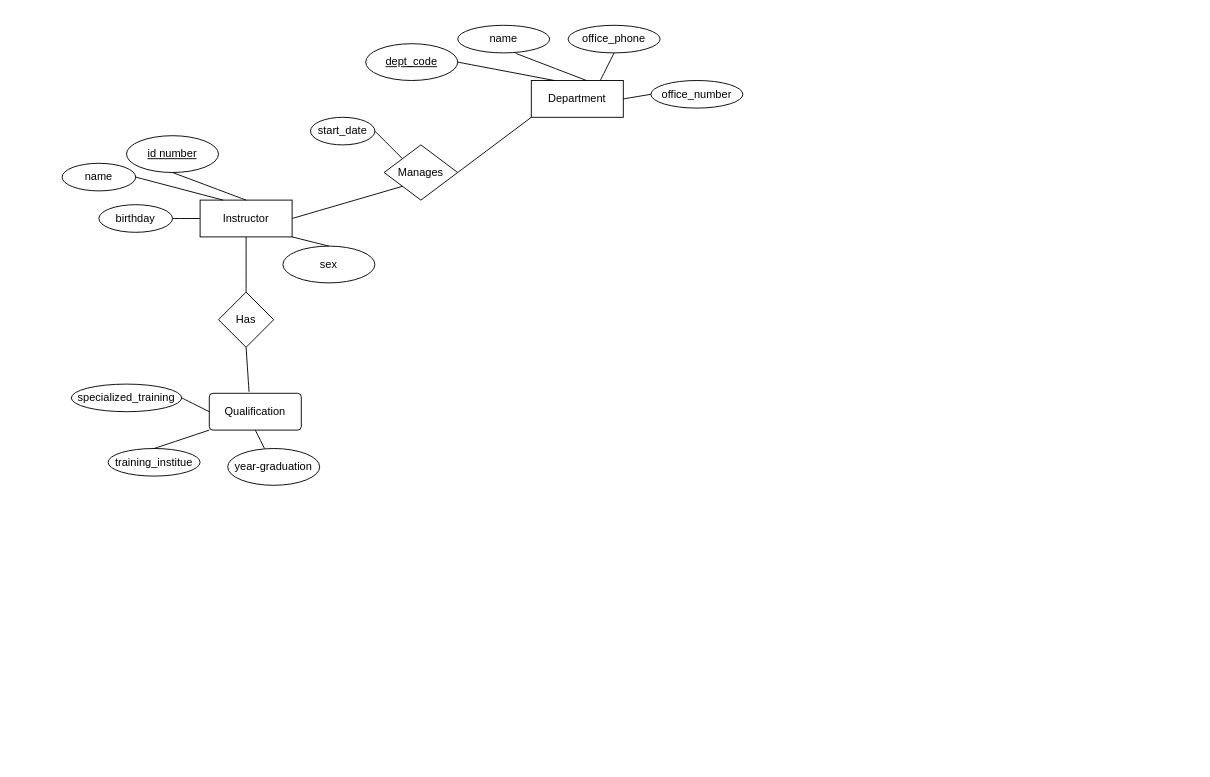
The draw.io diagram LAB3.drawio in votranngochuu/Database_Summer_2025, before the edit. Source tidied: cells renumbered, new cells numbered last; positions are measured from the earlier drawing's top-left corner, leaving out a move shared by most shapes. Both pictures are drawn from the tidied source at 92%, with x=0, y=0 at pixel (62, 25).
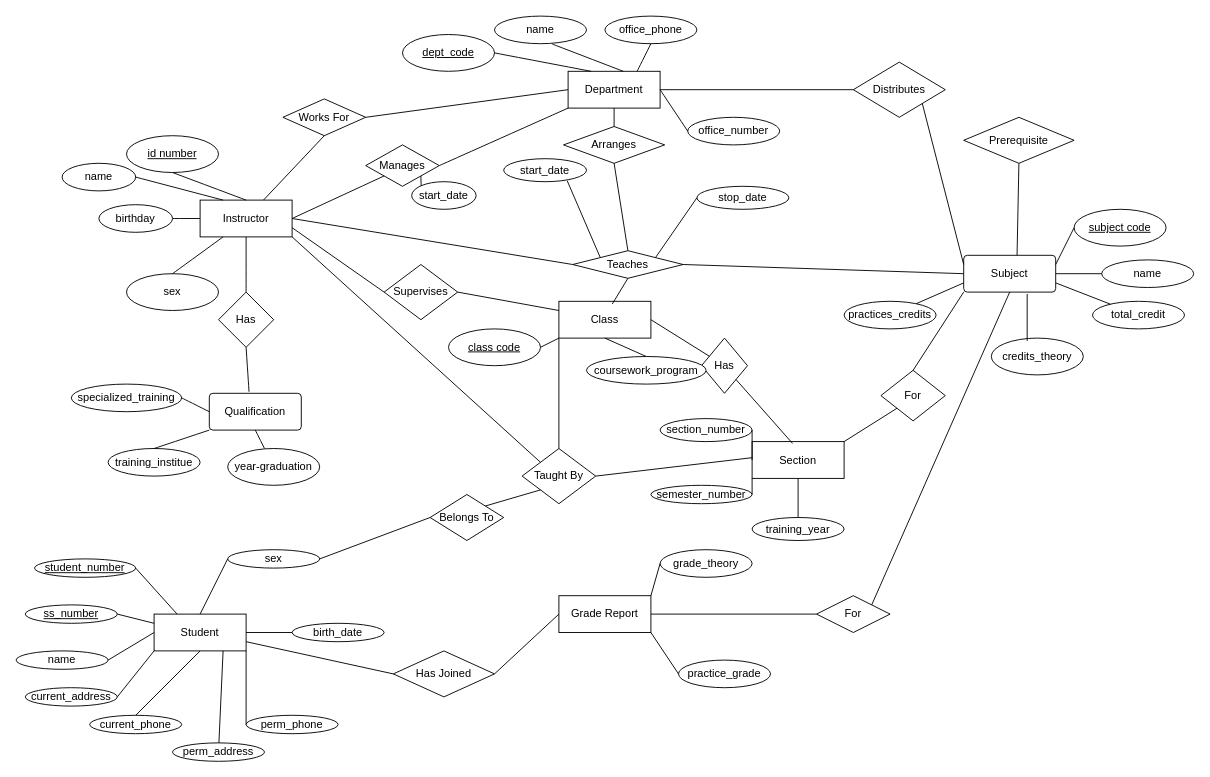
Above is the later version.

Unchanged cells that the change refers to:
```xml
<mxCell id="15" value="Instructor" style="whiteSpace=wrap;html=1;align=center;" parent="1" vertex="1">
  <mxGeometry x="150" y="190" width="100" height="40" as="geometry" />
</mxCell>
```

What changed in the source:
```diff
@@
     <mxCell id="2" value="Department" style="whiteSpace=wrap;html=1;align=center;" parent="1" vertex="1">
-      <mxGeometry x="510" y="60" width="100" height="40" as="geometry" />
+      <mxGeometry x="550" y="50" width="100" height="40" as="geometry" />
     </mxCell>
     <mxCell id="3" value="name" style="ellipse;whiteSpace=wrap;html=1;align=center;" parent="1" vertex="1">
-      <mxGeometry x="430" width="100" height="30" as="geometry" />
+      <mxGeometry x="470" y="-10" width="100" height="30" as="geometry" />
     </mxCell>
     <mxCell id="4" value="office_number" style="ellipse;whiteSpace=wrap;html=1;align=center;" parent="1" vertex="1">
-      <mxGeometry x="640" y="60" width="100" height="30" as="geometry" />
+      <mxGeometry x="680" y="100" width="100" height="30" as="geometry" />
     </mxCell>
     <mxCell id="5" value="office_phone" style="ellipse;whiteSpace=wrap;html=1;align=center;" parent="1" vertex="1">
-      <mxGeometry x="550" width="100" height="30" as="geometry" />
+      <mxGeometry x="590" y="-10" width="100" height="30" as="geometry" />
     </mxCell>
     <mxCell id="6" value="dept_code" style="ellipse;whiteSpace=wrap;html=1;align=center;fontStyle=4;" parent="1" vertex="1">
-      <mxGeometry x="330" y="20" width="100" height="40" as="geometry" />
+      <mxGeometry x="370" y="10" width="100" height="40" as="geometry" />
     </mxCell>
@@
     <mxCell id="8" style="endArrow=none;html=1;rounded=0;fontSize=12;startSize=8;endSize=8;curved=1;exitX=0.628;exitY=1.013;exitDx=0;exitDy=0;exitPerimeter=0;" parent="1" edge="1" source="3">
       <mxGeometry relative="1" as="geometry">
-        <mxPoint x="570" y="60" as="targetPoint" />
+        <mxPoint x="610" y="50" as="targetPoint" />
       </mxGeometry>
     </mxCell>
@@
     <mxCell id="11" value="Manages" style="shape=rhombus;perimeter=rhombusPerimeter;whiteSpace=wrap;html=1;align=center;" parent="1" vertex="1">
-      <mxGeometry x="350" y="130" width="80" height="60" as="geometry" />
+      <mxGeometry x="330" y="130" width="80" height="45" as="geometry" />
     </mxCell>
@@
     <mxCell id="13" value="start_date" style="ellipse;whiteSpace=wrap;html=1;align=center;" parent="1" vertex="1">
-      <mxGeometry x="270" y="100" width="70" height="30" as="geometry" />
+      <mxGeometry x="380" y="170" width="70" height="30" as="geometry" />
     </mxCell>
-    <mxCell id="14" style="endArrow=none;html=1;rounded=0;fontSize=12;startSize=8;endSize=8;curved=1;exitX=1;exitY=0.5;exitDx=0;exitDy=0;entryX=0;entryY=0;entryDx=0;entryDy=0;" parent="1" edge="1" source="13" target="11">
-      <mxGeometry relative="1" as="geometry" />
-    </mxCell>
@@
     <mxCell id="20" value="sex" style="ellipse;whiteSpace=wrap;html=1;align=center;" parent="1" vertex="1">
-      <mxGeometry x="240" y="240" width="100" height="40" as="geometry" />
+      <mxGeometry x="70" y="270" width="100" height="40" as="geometry" />
     </mxCell>
@@
-    <mxCell id="34" style="endArrow=none;html=1;rounded=0;fontSize=12;startSize=8;endSize=8;curved=1;entryX=1;entryY=1;entryDx=0;entryDy=0;exitX=0.5;exitY=0;exitDx=0;exitDy=0;" parent="1" edge="1" source="20" target="15">
+    <mxCell id="34" style="endArrow=none;html=1;rounded=0;fontSize=12;startSize=8;endSize=8;curved=1;entryX=0.25;entryY=1;entryDx=0;entryDy=0;exitX=0.5;exitY=0;exitDx=0;exitDy=0;" parent="1" edge="1" source="20" target="15">
       <mxGeometry relative="1" as="geometry" />
     </mxCell>
+    <mxCell id="35" value="Student" style="whiteSpace=wrap;html=1;align=center;" parent="1" vertex="1">
+      <mxGeometry x="100" y="640" width="100" height="40" as="geometry" />
+    </mxCell>
+    <mxCell id="36" value="sex" style="ellipse;whiteSpace=wrap;html=1;align=center;" parent="1" vertex="1">
+      <mxGeometry x="180" y="570" width="100" height="20" as="geometry" />
+    </mxCell>
+    <mxCell id="37" value="birth_date" style="ellipse;whiteSpace=wrap;html=1;align=center;" parent="1" vertex="1">
+      <mxGeometry x="250" y="650" width="100" height="20" as="geometry" />
+    </mxCell>
+    <mxCell id="38" value="perm_phone" style="ellipse;whiteSpace=wrap;html=1;align=center;" parent="1" vertex="1">
+      <mxGeometry x="200" y="750" width="100" height="20" as="geometry" />
+    </mxCell>
+    <mxCell id="39" value="perm_address" style="ellipse;whiteSpace=wrap;html=1;align=center;" parent="1" vertex="1">
+      <mxGeometry x="120" y="780" width="100" height="20" as="geometry" />
+    </mxCell>
+    <mxCell id="40" style="endArrow=none;html=1;rounded=0;exitX=0.5;exitY=0;exitDx=0;exitDy=0;entryX=0;entryY=0.5;entryDx=0;entryDy=0;" parent="1" edge="1" source="35" target="36">
+      <mxGeometry relative="1" as="geometry" />
+    </mxCell>
+    <mxCell id="41" style="endArrow=none;html=1;rounded=0;entryX=0;entryY=0.5;entryDx=0;entryDy=0;exitX=1;exitY=0.5;exitDx=0;exitDy=0;" parent="1" edge="1" source="35" target="37">
+      <mxGeometry relative="1" as="geometry" />
+    </mxCell>
+    <mxCell id="42" style="endArrow=none;html=1;rounded=0;exitX=1;exitY=1;exitDx=0;exitDy=0;entryX=0;entryY=0.5;entryDx=0;entryDy=0;" parent="1" edge="1" source="35" target="38">
+      <mxGeometry relative="1" as="geometry" />
+    </mxCell>
+    <mxCell id="43" style="endArrow=none;html=1;rounded=0;exitX=0.75;exitY=1;exitDx=0;exitDy=0;" parent="1" edge="1" source="35" target="39">
+      <mxGeometry relative="1" as="geometry" />
+    </mxCell>
+    <mxCell id="44" value="current_phone" style="ellipse;whiteSpace=wrap;html=1;align=center;" parent="1" vertex="1">
+      <mxGeometry x="30" y="750" width="100" height="20" as="geometry" />
+    </mxCell>
+    <mxCell id="45" style="endArrow=none;html=1;rounded=0;entryX=0.5;entryY=1;entryDx=0;entryDy=0;exitX=0.5;exitY=0;exitDx=0;exitDy=0;" parent="1" edge="1" source="44" target="35">
+      <mxGeometry relative="1" as="geometry" />
+    </mxCell>
+    <mxCell id="46" value="current_address" style="ellipse;whiteSpace=wrap;html=1;align=center;" parent="1" vertex="1">
+      <mxGeometry x="-40" y="720" width="100" height="20" as="geometry" />
+    </mxCell>
+    <mxCell id="47" style="endArrow=none;html=1;rounded=0;entryX=0;entryY=1;entryDx=0;entryDy=0;exitX=1;exitY=0.5;exitDx=0;exitDy=0;" parent="1" edge="1" source="46" target="35">
+      <mxGeometry relative="1" as="geometry" />
+    </mxCell>
+    <mxCell id="48" value="name" style="ellipse;whiteSpace=wrap;html=1;align=center;" parent="1" vertex="1">
+      <mxGeometry x="-50" y="680" width="100" height="20" as="geometry" />
+    </mxCell>
+    <mxCell id="49" style="endArrow=none;html=1;rounded=0;entryX=0;entryY=0.5;entryDx=0;entryDy=0;exitX=1;exitY=0.5;exitDx=0;exitDy=0;" parent="1" edge="1" source="48" target="35">
+      <mxGeometry relative="1" as="geometry" />
+    </mxCell>
+    <mxCell id="50" value="ss_number" style="ellipse;whiteSpace=wrap;html=1;align=center;fontStyle=4;" parent="1" vertex="1">
+      <mxGeometry x="-40" y="630" width="100" height="20" as="geometry" />
+    </mxCell>
+    <mxCell id="51" value="student_number" style="ellipse;whiteSpace=wrap;html=1;align=center;fontStyle=4;" parent="1" vertex="1">
+      <mxGeometry x="-30" y="580" width="110" height="20" as="geometry" />
+    </mxCell>
+    <mxCell id="52" style="endArrow=none;html=1;rounded=0;entryX=1;entryY=0.5;entryDx=0;entryDy=0;exitX=0.25;exitY=0;exitDx=0;exitDy=0;" parent="1" edge="1" source="35" target="51">
+      <mxGeometry relative="1" as="geometry" />
+    </mxCell>
+    <mxCell id="53" style="endArrow=none;html=1;rounded=0;exitX=1;exitY=0.5;exitDx=0;exitDy=0;entryX=0;entryY=0.25;entryDx=0;entryDy=0;" parent="1" edge="1" source="50" target="35">
+      <mxGeometry relative="1" as="geometry" />
+    </mxCell>
+    <mxCell id="54" value="Has Joined" style="shape=rhombus;perimeter=rhombusPerimeter;whiteSpace=wrap;html=1;align=center;" parent="1" vertex="1">
+      <mxGeometry x="360" y="680" width="110" height="50" as="geometry" />
+    </mxCell>
+    <mxCell id="55" style="endArrow=none;html=1;rounded=0;entryX=1;entryY=0.75;entryDx=0;entryDy=0;exitX=0;exitY=0.5;exitDx=0;exitDy=0;" parent="1" edge="1" source="54" target="35">
+      <mxGeometry relative="1" as="geometry" />
+    </mxCell>
+    <mxCell id="56" value="Grade Report" style="whiteSpace=wrap;html=1;align=center;" parent="1" vertex="1">
+      <mxGeometry x="540" y="620" width="100" height="40" as="geometry" />
+    </mxCell>
+    <mxCell id="57" style="endArrow=none;html=1;rounded=0;exitX=1;exitY=0.5;exitDx=0;exitDy=0;entryX=0;entryY=0.5;entryDx=0;entryDy=0;" parent="1" edge="1" source="54" target="56">
+      <mxGeometry relative="1" as="geometry" />
+    </mxCell>
+    <mxCell id="58" value="grade_theory" style="ellipse;whiteSpace=wrap;html=1;align=center;" parent="1" vertex="1">
+      <mxGeometry x="650" y="570" width="100" height="30" as="geometry" />
+    </mxCell>
+    <mxCell id="59" value="practice_grade" style="ellipse;whiteSpace=wrap;html=1;align=center;" parent="1" vertex="1">
+      <mxGeometry x="670" y="690" width="100" height="30" as="geometry" />
+    </mxCell>
+    <mxCell id="60" style="endArrow=none;html=1;rounded=0;entryX=0;entryY=0.5;entryDx=0;entryDy=0;exitX=1;exitY=0;exitDx=0;exitDy=0;" parent="1" edge="1" source="56" target="58">
+      <mxGeometry relative="1" as="geometry" />
+    </mxCell>
+    <mxCell id="61" style="endArrow=none;html=1;rounded=0;entryX=0;entryY=0.5;entryDx=0;entryDy=0;exitX=1;exitY=1;exitDx=0;exitDy=0;" parent="1" edge="1" source="56" target="59">
+      <mxGeometry relative="1" as="geometry" />
+    </mxCell>
+    <mxCell id="62" value="For" style="shape=rhombus;perimeter=rhombusPerimeter;whiteSpace=wrap;html=1;align=center;" parent="1" vertex="1">
+      <mxGeometry x="820" y="620" width="80" height="40" as="geometry" />
+    </mxCell>
+    <mxCell id="63" style="endArrow=none;html=1;rounded=0;entryX=0;entryY=0.5;entryDx=0;entryDy=0;exitX=1;exitY=0.5;exitDx=0;exitDy=0;" parent="1" edge="1" source="56" target="62">
+      <mxGeometry relative="1" as="geometry" />
+    </mxCell>
+    <mxCell id="64" value="Belongs To" style="shape=rhombus;perimeter=rhombusPerimeter;whiteSpace=wrap;html=1;align=center;" parent="1" vertex="1">
+      <mxGeometry x="400" y="510" width="80" height="50" as="geometry" />
+    </mxCell>
+    <mxCell id="65" style="endArrow=none;html=1;rounded=0;exitX=1;exitY=0.5;exitDx=0;exitDy=0;entryX=0;entryY=0.5;entryDx=0;entryDy=0;" parent="1" edge="1" source="36" target="64">
+      <mxGeometry relative="1" as="geometry" />
+    </mxCell>
+    <mxCell id="66" value="Taught By" style="shape=rhombus;perimeter=rhombusPerimeter;whiteSpace=wrap;html=1;align=center;" parent="1" vertex="1">
+      <mxGeometry x="500" y="460" width="80" height="60" as="geometry" />
+    </mxCell>
+    <mxCell id="67" style="endArrow=none;html=1;rounded=0;entryX=0;entryY=1;entryDx=0;entryDy=0;exitX=1;exitY=0;exitDx=0;exitDy=0;" parent="1" edge="1" source="64" target="66">
+      <mxGeometry relative="1" as="geometry" />
+    </mxCell>
+    <mxCell id="68" value="Section" style="whiteSpace=wrap;html=1;align=center;" parent="1" vertex="1">
+      <mxGeometry x="750" y="452.5" width="100" height="40" as="geometry" />
+    </mxCell>
+    <mxCell id="69" value="Class" style="whiteSpace=wrap;html=1;align=center;" parent="1" vertex="1">
+      <mxGeometry x="540" y="300" width="100" height="40" as="geometry" />
+    </mxCell>
+    <mxCell id="70" value="training_year" style="ellipse;whiteSpace=wrap;html=1;align=center;" parent="1" vertex="1">
+      <mxGeometry x="750" y="535" width="100" height="25" as="geometry" />
+    </mxCell>
+    <mxCell id="71" value="semester_number" style="ellipse;whiteSpace=wrap;html=1;align=center;" parent="1" vertex="1">
+      <mxGeometry x="640" y="500" width="110" height="20" as="geometry" />
+    </mxCell>
+    <mxCell id="72" value="section_number" style="ellipse;whiteSpace=wrap;html=1;align=center;" parent="1" vertex="1">
+      <mxGeometry x="650" y="427.5" width="100" height="25" as="geometry" />
+    </mxCell>
+    <mxCell id="73" style="endArrow=none;html=1;rounded=0;entryX=0;entryY=0.5;entryDx=0;entryDy=0;exitX=1;exitY=0.5;exitDx=0;exitDy=0;" parent="1" edge="1" source="72" target="68">
+      <mxGeometry relative="1" as="geometry" />
+    </mxCell>
+    <mxCell id="74" style="endArrow=none;html=1;rounded=0;entryX=0;entryY=1;entryDx=0;entryDy=0;exitX=1;exitY=0.5;exitDx=0;exitDy=0;" parent="1" edge="1" source="71" target="68">
+      <mxGeometry relative="1" as="geometry" />
+    </mxCell>
+    <mxCell id="75" style="endArrow=none;html=1;rounded=0;entryX=0.5;entryY=1;entryDx=0;entryDy=0;exitX=0.5;exitY=0;exitDx=0;exitDy=0;" parent="1" edge="1" source="70" target="68">
+      <mxGeometry relative="1" as="geometry" />
+    </mxCell>
+    <mxCell id="76" value="Distributes" style="shape=rhombus;perimeter=rhombusPerimeter;whiteSpace=wrap;html=1;align=center;" parent="1" vertex="1">
+      <mxGeometry x="860" y="40" width="100" height="60" as="geometry" />
+    </mxCell>
+    <mxCell id="77" style="endArrow=none;html=1;rounded=0;exitX=1;exitY=0.5;exitDx=0;exitDy=0;entryX=0;entryY=0.5;entryDx=0;entryDy=0;" parent="1" edge="1" source="2" target="76">
+      <mxGeometry relative="1" as="geometry" />
+    </mxCell>
+    <mxCell id="78" value="Has" style="shape=rhombus;perimeter=rhombusPerimeter;whiteSpace=wrap;html=1;align=center;" parent="1" vertex="1">
+      <mxGeometry x="695" y="340" width="50" height="60" as="geometry" />
+    </mxCell>
+    <mxCell id="79" style="endArrow=none;html=1;rounded=0;entryX=1;entryY=0.5;entryDx=0;entryDy=0;" parent="1" edge="1" source="78" target="69">
+      <mxGeometry relative="1" as="geometry" />
+    </mxCell>
+    <mxCell id="80" style="endArrow=none;html=1;rounded=0;entryX=0.44;entryY=0.05;entryDx=0;entryDy=0;entryPerimeter=0;exitX=1;exitY=1;exitDx=0;exitDy=0;" parent="1" edge="1" source="78" target="68">
+      <mxGeometry relative="1" as="geometry" />
+    </mxCell>
+    <mxCell id="81" value="coursework_program" style="ellipse;whiteSpace=wrap;html=1;align=center;" parent="1" vertex="1">
+      <mxGeometry x="570" y="360" width="130" height="30" as="geometry" />
+    </mxCell>
+    <mxCell id="82" style="endArrow=none;html=1;rounded=0;entryX=0.5;entryY=1;entryDx=0;entryDy=0;exitX=0.5;exitY=0;exitDx=0;exitDy=0;" parent="1" edge="1" source="81" target="69">
+      <mxGeometry relative="1" as="geometry" />
+    </mxCell>
+    <mxCell id="83" value="class code" style="ellipse;whiteSpace=wrap;html=1;align=center;fontStyle=4;" parent="1" vertex="1">
+      <mxGeometry x="420" y="330" width="100" height="40" as="geometry" />
+    </mxCell>
+    <mxCell id="84" style="endArrow=none;html=1;rounded=0;entryX=0;entryY=1;entryDx=0;entryDy=0;exitX=1;exitY=0.5;exitDx=0;exitDy=0;" parent="1" edge="1" source="83" target="69">
+      <mxGeometry relative="1" as="geometry" />
+    </mxCell>
+    <mxCell id="85" value="Supervises" style="shape=rhombus;perimeter=rhombusPerimeter;whiteSpace=wrap;html=1;align=center;" parent="1" vertex="1">
+      <mxGeometry x="350" y="260" width="80" height="60" as="geometry" />
+    </mxCell>
+    <mxCell id="86" style="endArrow=none;html=1;rounded=0;entryX=0;entryY=0.25;entryDx=0;entryDy=0;exitX=1;exitY=0.5;exitDx=0;exitDy=0;" parent="1" edge="1" source="85" target="69">
+      <mxGeometry relative="1" as="geometry" />
+    </mxCell>
+    <mxCell id="87" style="endArrow=none;html=1;rounded=0;entryX=0;entryY=0.5;entryDx=0;entryDy=0;exitX=1;exitY=0.75;exitDx=0;exitDy=0;" parent="1" edge="1" source="15" target="85">
+      <mxGeometry relative="1" as="geometry" />
+    </mxCell>
+    <mxCell id="88" value="Subject" style="rounded=1;arcSize=10;whiteSpace=wrap;html=1;align=center;" parent="1" vertex="1">
+      <mxGeometry x="980" y="250" width="100" height="40" as="geometry" />
+    </mxCell>
+    <mxCell id="89" value="subject code" style="ellipse;whiteSpace=wrap;html=1;align=center;fontStyle=4;" parent="1" vertex="1">
+      <mxGeometry x="1100" y="200" width="100" height="40" as="geometry" />
+    </mxCell>
+    <mxCell id="90" style="endArrow=none;html=1;rounded=0;entryX=0;entryY=0.5;entryDx=0;entryDy=0;exitX=1;exitY=0.25;exitDx=0;exitDy=0;" parent="1" edge="1" source="88" target="89">
+      <mxGeometry relative="1" as="geometry" />
+    </mxCell>
+    <mxCell id="91" value="name" style="ellipse;whiteSpace=wrap;html=1;align=center;" parent="1" vertex="1">
+      <mxGeometry x="1130" y="255" width="100" height="30" as="geometry" />
+    </mxCell>
+    <mxCell id="92" style="endArrow=none;html=1;rounded=0;entryX=0;entryY=0.5;entryDx=0;entryDy=0;exitX=1;exitY=0.5;exitDx=0;exitDy=0;" parent="1" edge="1" source="88" target="91">
+      <mxGeometry relative="1" as="geometry" />
+    </mxCell>
+    <mxCell id="93" value="total_credit" style="ellipse;whiteSpace=wrap;html=1;align=center;" parent="1" vertex="1">
+      <mxGeometry x="1120" y="300" width="100" height="30" as="geometry" />
+    </mxCell>
+    <mxCell id="94" style="endArrow=none;html=1;rounded=0;exitX=1;exitY=0.75;exitDx=0;exitDy=0;" parent="1" edge="1" source="88" target="93">
+      <mxGeometry relative="1" as="geometry" />
+    </mxCell>
+    <mxCell id="95" value="credits_theory" style="ellipse;whiteSpace=wrap;html=1;align=center;" parent="1" vertex="1">
+      <mxGeometry x="1010" y="340" width="100" height="40" as="geometry" />
+    </mxCell>
+    <mxCell id="96" style="endArrow=none;html=1;rounded=0;exitX=0.69;exitY=1.05;exitDx=0;exitDy=0;exitPerimeter=0;entryX=0.39;entryY=0.075;entryDx=0;entryDy=0;entryPerimeter=0;" parent="1" edge="1" source="88" target="95">
+      <mxGeometry relative="1" as="geometry" />
+    </mxCell>
+    <mxCell id="97" style="endArrow=none;html=1;rounded=0;entryX=1;entryY=1;entryDx=0;entryDy=0;exitX=0;exitY=0.25;exitDx=0;exitDy=0;" parent="1" edge="1" source="88" target="76">
+      <mxGeometry relative="1" as="geometry" />
+    </mxCell>
+    <mxCell id="98" value="Prerequisite" style="shape=rhombus;perimeter=rhombusPerimeter;whiteSpace=wrap;html=1;align=center;" parent="1" vertex="1">
+      <mxGeometry x="980" y="100" width="120" height="50" as="geometry" />
+    </mxCell>
+    <mxCell id="99" style="endArrow=none;html=1;rounded=0;entryX=0.58;entryY=0;entryDx=0;entryDy=0;entryPerimeter=0;" parent="1" edge="1" target="88">
+      <mxGeometry relative="1" as="geometry">
+        <mxPoint x="1040" y="150" as="sourcePoint" />
+      </mxGeometry>
+    </mxCell>
+    <mxCell id="100" value="Arranges" style="shape=rhombus;perimeter=rhombusPerimeter;whiteSpace=wrap;html=1;align=center;" parent="1" vertex="1">
+      <mxGeometry x="545" y="110" width="110" height="40" as="geometry" />
+    </mxCell>
+    <mxCell id="101" style="endArrow=none;html=1;rounded=0;exitX=0.5;exitY=1;exitDx=0;exitDy=0;entryX=0.5;entryY=0;entryDx=0;entryDy=0;" parent="1" edge="1" source="2" target="100">
+      <mxGeometry relative="1" as="geometry" />
+    </mxCell>
+    <mxCell id="102" value="Teaches" style="shape=rhombus;perimeter=rhombusPerimeter;whiteSpace=wrap;html=1;align=center;" parent="1" vertex="1">
+      <mxGeometry x="555" y="245" width="120" height="30" as="geometry" />
+    </mxCell>
+    <mxCell id="103" style="endArrow=none;html=1;rounded=0;entryX=0.5;entryY=1;entryDx=0;entryDy=0;exitX=0.5;exitY=0;exitDx=0;exitDy=0;" parent="1" edge="1" source="102" target="100">
+      <mxGeometry relative="1" as="geometry" />
+    </mxCell>
+    <mxCell id="104" style="endArrow=none;html=1;rounded=0;entryX=0.5;entryY=1;entryDx=0;entryDy=0;exitX=0.58;exitY=0.075;exitDx=0;exitDy=0;exitPerimeter=0;" parent="1" edge="1" source="69" target="102">
+      <mxGeometry relative="1" as="geometry" />
+    </mxCell>
+    <mxCell id="105" value="stop_date" style="ellipse;whiteSpace=wrap;html=1;align=center;" parent="1" vertex="1">
+      <mxGeometry x="690" y="175" width="100" height="25" as="geometry" />
+    </mxCell>
+    <mxCell id="106" style="endArrow=none;html=1;rounded=0;entryX=0;entryY=0.5;entryDx=0;entryDy=0;exitX=1;exitY=0;exitDx=0;exitDy=0;" parent="1" edge="1" source="102" target="105">
+      <mxGeometry relative="1" as="geometry" />
+    </mxCell>
+    <mxCell id="107" value="start_date" style="ellipse;whiteSpace=wrap;html=1;align=center;" parent="1" vertex="1">
+      <mxGeometry x="480" y="145" width="90" height="25" as="geometry" />
+    </mxCell>
+    <mxCell id="108" style="endArrow=none;html=1;rounded=0;entryX=0.767;entryY=0.96;entryDx=0;entryDy=0;entryPerimeter=0;exitX=0;exitY=0;exitDx=0;exitDy=0;" parent="1" edge="1" source="102" target="107">
+      <mxGeometry relative="1" as="geometry" />
+    </mxCell>
+    <mxCell id="14" style="endArrow=none;html=1;rounded=0;entryX=1;entryY=1;entryDx=0;entryDy=0;exitX=0;exitY=0;exitDx=0;exitDy=0;" parent="1" edge="1" source="13" target="11">
+      <mxGeometry relative="1" as="geometry" />
+    </mxCell>
+    <mxCell id="109" value="Works For" style="shape=rhombus;perimeter=rhombusPerimeter;whiteSpace=wrap;html=1;align=center;" parent="1" vertex="1">
+      <mxGeometry x="240" y="80" width="90" height="40" as="geometry" />
+    </mxCell>
+    <mxCell id="110" style="endArrow=none;html=1;rounded=0;entryX=0;entryY=0.5;entryDx=0;entryDy=0;exitX=1;exitY=0.5;exitDx=0;exitDy=0;" parent="1" edge="1" source="109" target="2">
+      <mxGeometry relative="1" as="geometry" />
+    </mxCell>
+    <mxCell id="111" style="endArrow=none;html=1;rounded=0;entryX=0.5;entryY=1;entryDx=0;entryDy=0;" parent="1" edge="1" source="15" target="109">
+      <mxGeometry relative="1" as="geometry" />
+    </mxCell>
+    <mxCell id="112" style="endArrow=none;html=1;rounded=0;entryX=0;entryY=0.5;entryDx=0;entryDy=0;exitX=1;exitY=0.5;exitDx=0;exitDy=0;" parent="1" edge="1" source="102" target="88">
+      <mxGeometry relative="1" as="geometry" />
+    </mxCell>
+    <mxCell id="113" style="endArrow=none;html=1;rounded=0;entryX=1;entryY=0.5;entryDx=0;entryDy=0;exitX=0;exitY=0.5;exitDx=0;exitDy=0;" parent="1" edge="1" source="102" target="15">
+      <mxGeometry relative="1" as="geometry" />
+    </mxCell>
+    <mxCell id="114" style="endArrow=none;html=1;rounded=0;entryX=1;entryY=1;entryDx=0;entryDy=0;exitX=0;exitY=0;exitDx=0;exitDy=0;" parent="1" edge="1" source="66" target="15">
+      <mxGeometry relative="1" as="geometry" />
+    </mxCell>
+    <mxCell id="115" style="endArrow=none;html=1;rounded=0;entryX=0.5;entryY=1;entryDx=0;entryDy=0;exitX=1;exitY=0;exitDx=0;exitDy=0;" parent="1" edge="1" source="62" target="88">
+      <mxGeometry relative="1" as="geometry" />
+    </mxCell>
+    <mxCell id="116" value="For" style="shape=rhombus;perimeter=rhombusPerimeter;whiteSpace=wrap;html=1;align=center;" parent="1" vertex="1">
+      <mxGeometry x="890" y="375" width="70" height="55" as="geometry" />
+    </mxCell>
+    <mxCell id="117" style="endArrow=none;html=1;rounded=0;entryX=0.5;entryY=0;entryDx=0;entryDy=0;exitX=0;exitY=1;exitDx=0;exitDy=0;" parent="1" edge="1" source="88" target="116">
+      <mxGeometry relative="1" as="geometry" />
+    </mxCell>
+    <mxCell id="118" style="endArrow=none;html=1;rounded=0;entryX=0;entryY=1;entryDx=0;entryDy=0;exitX=1;exitY=0;exitDx=0;exitDy=0;" parent="1" edge="1" source="68" target="116">
+      <mxGeometry relative="1" as="geometry" />
+    </mxCell>
+    <mxCell id="119" style="endArrow=none;html=1;rounded=0;exitX=1;exitY=0.5;exitDx=0;exitDy=0;" parent="1" edge="1" source="66">
+      <mxGeometry relative="1" as="geometry">
+        <mxPoint x="750" y="470" as="targetPoint" />
+      </mxGeometry>
+    </mxCell>
+    <mxCell id="120" style="endArrow=none;html=1;rounded=0;entryX=0;entryY=1;entryDx=0;entryDy=0;exitX=0.5;exitY=0;exitDx=0;exitDy=0;" parent="1" edge="1" source="66" target="69">
+      <mxGeometry relative="1" as="geometry" />
+    </mxCell>
+    <mxCell id="121" value="practices_credits" style="ellipse;whiteSpace=wrap;html=1;align=center;" parent="1" vertex="1">
+      <mxGeometry x="850" y="300" width="100" height="30" as="geometry" />
+    </mxCell>
+    <mxCell id="122" style="endArrow=none;html=1;rounded=0;entryX=0;entryY=0.75;entryDx=0;entryDy=0;" parent="1" edge="1" source="121" target="88">
+      <mxGeometry relative="1" as="geometry" />
+    </mxCell>
```
